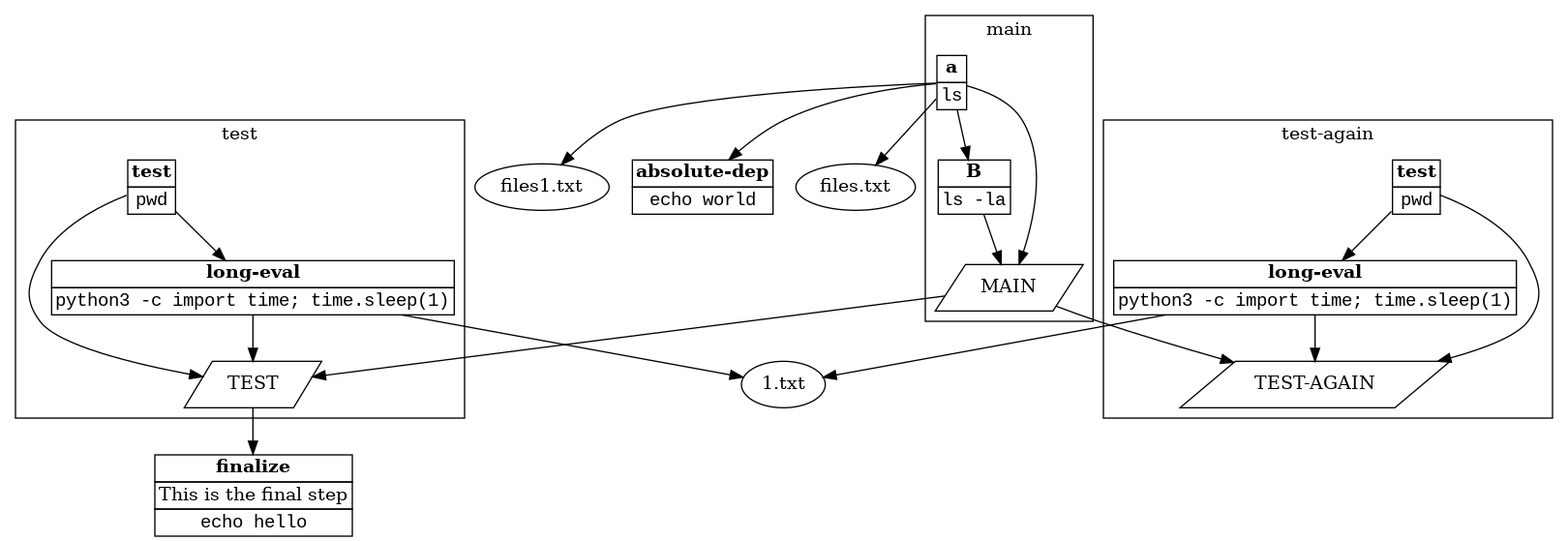
tivvit/yap keeps this Graphviz diagram as graph.png. Above is the earlier version. Its source is kept beside it as graph.dot. Its diagram source:
```dot
digraph  {
	subgraph cluster_s0 {
		ID = "cluster_s0";
		label="main";
		n4[label=<<table border="0" cellborder="1" cellspacing="0"><tr><td><b>B</b></td></tr><tr><td><font face="Courier New, Courier, monospace">ls -la</font></td></tr></table>>,shape="plain"];
		n3[label="MAIN",shape="parallelogram"];
		n5[label=<<table border="0" cellborder="1" cellspacing="0"><tr><td><b>a</b></td></tr><tr><td><font face="Courier New, Courier, monospace">ls</font></td></tr></table>>,shape="plain"];

	}subgraph cluster_s1 {
		ID = "cluster_s1";
		label="test";
		n8[label="TEST",shape="parallelogram"];
		n9[label=<<table border="0" cellborder="1" cellspacing="0"><tr><td><b>long-eval</b></td></tr><tr><td><font face="Courier New, Courier, monospace">python3 -c import time; time.sleep(1)</font></td></tr></table>>,shape="plain"];
		n11[label=<<table border="0" cellborder="1" cellspacing="0"><tr><td><b>test</b></td></tr><tr><td><font face="Courier New, Courier, monospace">pwd</font></td></tr></table>>,shape="plain"];

	}subgraph cluster_s2 {
		ID = "cluster_s2";
		label="test-again";
		n12[label="TEST-AGAIN",shape="parallelogram"];
		n14[label=<<table border="0" cellborder="1" cellspacing="0"><tr><td><b>long-eval</b></td></tr><tr><td><font face="Courier New, Courier, monospace">python3 -c import time; time.sleep(1)</font></td></tr></table>>,shape="plain"];
		n13[label=<<table border="0" cellborder="1" cellspacing="0"><tr><td><b>test</b></td></tr><tr><td><font face="Courier New, Courier, monospace">pwd</font></td></tr></table>>,shape="plain"];

	}
	n10[label="1.txt"];
	n2[label=<<table border="0" cellborder="1" cellspacing="0"><tr><td><b>absolute-dep</b></td></tr><tr><td><font face="Courier New, Courier, monospace">echo world</font></td></tr></table>>,shape="plain"];
	n6[label="files.txt"];
	n7[label="files1.txt"];
	n1[label=<<table border="0" cellborder="1" cellspacing="0"><tr><td><b>finalize</b></td></tr><tr><td>This is the final step</td></tr><tr><td><font face="Courier New, Courier, monospace">echo hello</font></td></tr></table>>,shape="plain"];
	n4->n3;
	n3->n8;
	n3->n12;
	n8->n1;
	n5->n2;
	n5->n4;
	n5->n3;
	n5->n6;
	n5->n7;
	n9->n8;
	n9->n10;
	n14->n12;
	n14->n10;
	n11->n9;
	n13->n14;
	n11->n8;
	n13->n12;

}
```
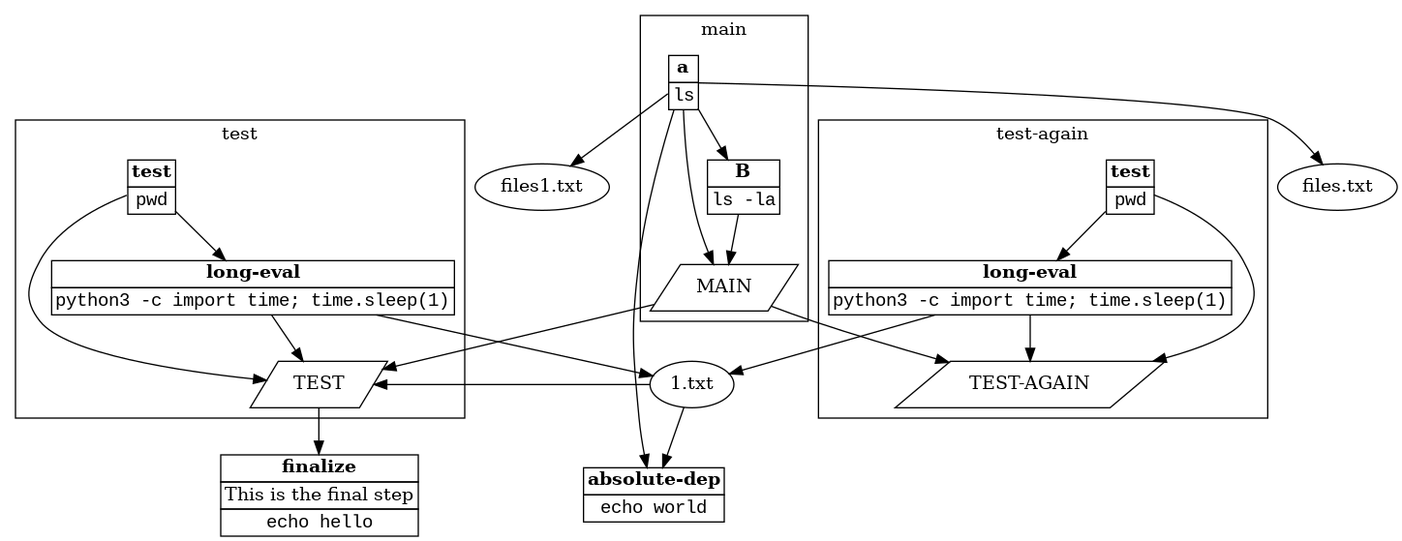
The same diagram one commit later.

Change to the diagram source:
```diff
@@ -2,46 +2,48 @@
 	subgraph cluster_s0 {
 		ID = "cluster_s0";
 		label="main";
-		n4[label=<<table border="0" cellborder="1" cellspacing="0"><tr><td><b>B</b></td></tr><tr><td><font face="Courier New, Courier, monospace">ls -la</font></td></tr></table>>,shape="plain"];
-		n3[label="MAIN",shape="parallelogram"];
-		n5[label=<<table border="0" cellborder="1" cellspacing="0"><tr><td><b>a</b></td></tr><tr><td><font face="Courier New, Courier, monospace">ls</font></td></tr></table>>,shape="plain"];
+		n2[label=<<table border="0" cellborder="1" cellspacing="0"><tr><td><b>B</b></td></tr><tr><td><font face="Courier New, Courier, monospace">ls -la</font></td></tr></table>>,shape="plain"];
+		n1[label="MAIN",shape="parallelogram"];
+		n3[label=<<table border="0" cellborder="1" cellspacing="0"><tr><td><b>a</b></td></tr><tr><td><font face="Courier New, Courier, monospace">ls</font></td></tr></table>>,shape="plain"];
 
 	}subgraph cluster_s1 {
 		ID = "cluster_s1";
 		label="test";
-		n8[label="TEST",shape="parallelogram"];
-		n9[label=<<table border="0" cellborder="1" cellspacing="0"><tr><td><b>long-eval</b></td></tr><tr><td><font face="Courier New, Courier, monospace">python3 -c import time; time.sleep(1)</font></td></tr></table>>,shape="plain"];
-		n11[label=<<table border="0" cellborder="1" cellspacing="0"><tr><td><b>test</b></td></tr><tr><td><font face="Courier New, Courier, monospace">pwd</font></td></tr></table>>,shape="plain"];
+		n6[label="TEST",shape="parallelogram"];
+		n8[label=<<table border="0" cellborder="1" cellspacing="0"><tr><td><b>long-eval</b></td></tr><tr><td><font face="Courier New, Courier, monospace">python3 -c import time; time.sleep(1)</font></td></tr></table>>,shape="plain"];
+		n7[label=<<table border="0" cellborder="1" cellspacing="0"><tr><td><b>test</b></td></tr><tr><td><font face="Courier New, Courier, monospace">pwd</font></td></tr></table>>,shape="plain"];
 
 	}subgraph cluster_s2 {
 		ID = "cluster_s2";
 		label="test-again";
-		n12[label="TEST-AGAIN",shape="parallelogram"];
-		n14[label=<<table border="0" cellborder="1" cellspacing="0"><tr><td><b>long-eval</b></td></tr><tr><td><font face="Courier New, Courier, monospace">python3 -c import time; time.sleep(1)</font></td></tr></table>>,shape="plain"];
-		n13[label=<<table border="0" cellborder="1" cellspacing="0"><tr><td><b>test</b></td></tr><tr><td><font face="Courier New, Courier, monospace">pwd</font></td></tr></table>>,shape="plain"];
+		n10[label="TEST-AGAIN",shape="parallelogram"];
+		n12[label=<<table border="0" cellborder="1" cellspacing="0"><tr><td><b>long-eval</b></td></tr><tr><td><font face="Courier New, Courier, monospace">python3 -c import time; time.sleep(1)</font></td></tr></table>>,shape="plain"];
+		n11[label=<<table border="0" cellborder="1" cellspacing="0"><tr><td><b>test</b></td></tr><tr><td><font face="Courier New, Courier, monospace">pwd</font></td></tr></table>>,shape="plain"];
 
 	}
-	n10[label="1.txt"];
-	n2[label=<<table border="0" cellborder="1" cellspacing="0"><tr><td><b>absolute-dep</b></td></tr><tr><td><font face="Courier New, Courier, monospace">echo world</font></td></tr></table>>,shape="plain"];
-	n6[label="files.txt"];
-	n7[label="files1.txt"];
-	n1[label=<<table border="0" cellborder="1" cellspacing="0"><tr><td><b>finalize</b></td></tr><tr><td>This is the final step</td></tr><tr><td><font face="Courier New, Courier, monospace">echo hello</font></td></tr></table>>,shape="plain"];
-	n4->n3;
-	n3->n8;
-	n3->n12;
-	n8->n1;
-	n5->n2;
-	n5->n4;
-	n5->n3;
-	n5->n6;
-	n5->n7;
-	n9->n8;
-	n9->n10;
-	n14->n12;
-	n14->n10;
-	n11->n9;
-	n13->n14;
-	n11->n8;
-	n13->n12;
+	n9[label="1.txt"];
+	n14[label=<<table border="0" cellborder="1" cellspacing="0"><tr><td><b>absolute-dep</b></td></tr><tr><td><font face="Courier New, Courier, monospace">echo world</font></td></tr></table>>,shape="plain"];
+	n4[label="files.txt"];
+	n5[label="files1.txt"];
+	n13[label=<<table border="0" cellborder="1" cellspacing="0"><tr><td><b>finalize</b></td></tr><tr><td>This is the final step</td></tr><tr><td><font face="Courier New, Courier, monospace">echo hello</font></td></tr></table>>,shape="plain"];
+	n9->n6;
+	n9->n14;
+	n2->n1;
+	n1->n6;
+	n1->n10;
+	n6->n13;
+	n3->n14;
+	n3->n2;
+	n3->n1;
+	n3->n4;
+	n3->n5;
+	n8->n6;
+	n8->n9;
+	n12->n10;
+	n12->n9;
+	n7->n8;
+	n11->n12;
+	n7->n6;
+	n11->n10;
 
 }
```
